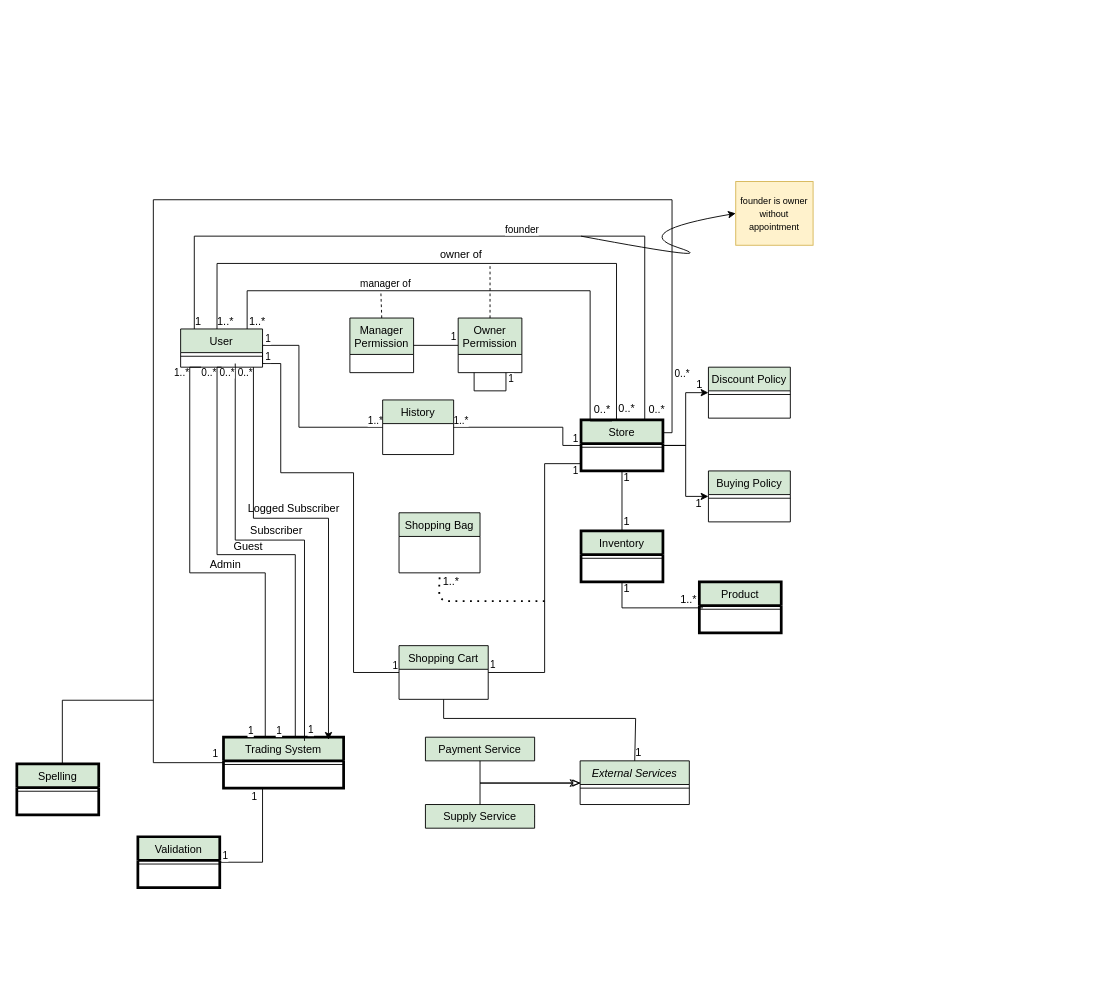
Earlier version of the draw.io diagram version_0/Split_Parts/WhiteDiagram/WhiteDiagram_new.drawio (amitrub/Trading-System). Source tidied: cells renumbered, new cells numbered last; positions are measured from the earlier drawing's top-left corner, leaving out a move shared by most shapes. Both pictures are drawn from the tidied source at 91%, with x=0, y=0 at pixel (16, 181).
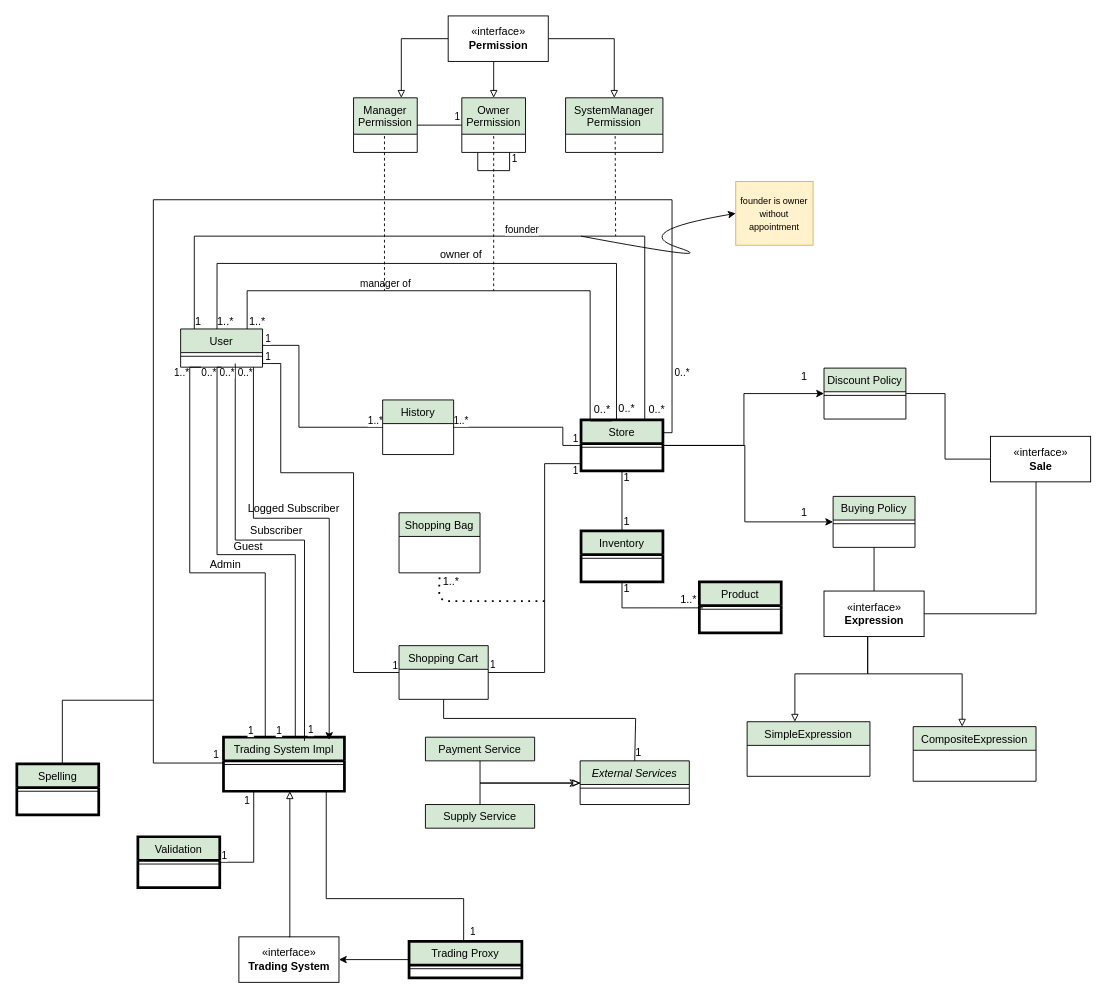
The same diagram, later.

The change refers to these unchanged cells:
```xml
<mxCell id="21" value="Store" style="swimlane;fontStyle=0;align=center;verticalAlign=top;horizontal=1;startSize=26;rounded=0;shadow=0;strokeWidth=3;fillColor=#d5e8d4;" parent="1" vertex="1">
  <mxGeometry x="620" y="262" width="90" height="56" as="geometry" />
</mxCell>
<mxCell id="89" value="Validation" style="swimlane;fontStyle=0;align=center;verticalAlign=top;horizontal=1;startSize=26;rounded=0;shadow=0;strokeWidth=3;fillColor=#d5e8d4;" parent="1" vertex="1">
  <mxGeometry x="133" y="720" width="90" height="56" as="geometry" />
</mxCell>
```

The edit, as a diff of the source:
```diff
@@
     <mxCell id="11" style="edgeStyle=orthogonalEdgeStyle;rounded=0;jettySize=auto;html=1;exitX=0.25;exitY=1;exitDx=0;exitDy=0;entryX=1;entryY=0.5;entryDx=0;entryDy=0;endArrow=none;endFill=0;" parent="1" edge="1" source="14" target="89">
       <mxGeometry relative="1" as="geometry">
         <Array as="points">
-          <mxPoint x="270" y="667" />
-          <mxPoint x="270" y="748" />
+          <mxPoint x="260" y="748" />
         </Array>
       </mxGeometry>
     </mxCell>
@@
     <mxCell id="13" value="1" style="edgeLabel;html=1;align=center;verticalAlign=middle;" parent="11" vertex="1">
       <mxGeometry x="-0.73" relative="1" as="geometry">
-        <mxPoint x="-10" as="offset" />
+        <mxPoint x="-8" y="-5" as="offset" />
       </mxGeometry>
     </mxCell>
-    <mxCell id="14" value="Trading System" style="swimlane;fontStyle=0;align=center;verticalAlign=top;horizontal=1;startSize=26;rounded=0;shadow=0;strokeWidth=3;fillColor=#d5e8d4;" parent="1" vertex="1">
-      <mxGeometry x="227.1" y="610.6" width="132" height="56" as="geometry" />
+    <mxCell id="14" value="Trading System Impl" style="swimlane;fontStyle=0;align=center;verticalAlign=top;horizontal=1;startSize=26;rounded=0;shadow=0;strokeWidth=3;fillColor=#d5e8d4;" parent="1" vertex="1">
+      <mxGeometry x="227.1" y="610.6" width="132.9" height="59.4" as="geometry" />
     </mxCell>
     <mxCell id="15" style="line;html=1;strokeWidth=1;align=left;verticalAlign=middle;spacingTop=-1;spacingLeft=3;spacingRight=3;labelPosition=right;" parent="14" vertex="1">
-      <mxGeometry y="26" width="132" height="8" as="geometry" />
+      <mxGeometry y="26" width="132.9" height="8" as="geometry" />
     </mxCell>
-    <mxCell id="16" style="edgeStyle=orthogonalEdgeStyle;rounded=0;jettySize=auto;html=1;exitX=1;exitY=0.5;exitDx=0;exitDy=0;entryX=0;entryY=0.5;entryDx=0;entryDy=0;endArrow=classic;endFill=1;" parent="1" edge="1" source="21" target="37">
-      <mxGeometry relative="1" as="geometry" />
-    </mxCell>
     <mxCell id="17" style="edgeStyle=orthogonalEdgeStyle;rounded=0;jettySize=auto;html=1;exitX=1;exitY=0.5;exitDx=0;exitDy=0;entryX=0;entryY=0.5;entryDx=0;entryDy=0;endArrow=classic;endFill=1;" parent="1" edge="1" source="21" target="35">
-      <mxGeometry relative="1" as="geometry" />
+      <mxGeometry relative="1" as="geometry">
+        <Array as="points">
+          <mxPoint x="800" y="290" />
+          <mxPoint x="800" y="374" />
+        </Array>
+      </mxGeometry>
     </mxCell>
@@
+    <mxCell id="16" style="edgeStyle=orthogonalEdgeStyle;rounded=0;jettySize=auto;html=1;entryX=0;entryY=0.5;entryDx=0;entryDy=0;endArrow=classic;endFill=1;" parent="1" edge="1" source="21" target="37">
+      <mxGeometry relative="1" as="geometry">
+        <Array as="points">
+          <mxPoint x="799" y="290" />
+          <mxPoint x="799" y="233" />
+        </Array>
+      </mxGeometry>
+    </mxCell>
@@
+    <mxCell id="99" style="edgeStyle=orthogonalEdgeStyle;rounded=0;jettySize=auto;html=1;endArrow=none;endFill=0;" parent="1" edge="1" source="35" target="115">
+      <mxGeometry relative="1" as="geometry" />
+    </mxCell>
     <mxCell id="35" value="Buying Policy" style="swimlane;fontStyle=0;align=center;verticalAlign=top;horizontal=1;startSize=26;rounded=0;shadow=0;strokeWidth=1;fillColor=#d5e8d4;" parent="1" vertex="1">
-      <mxGeometry x="760" y="318" width="90" height="56" as="geometry" />
+      <mxGeometry x="897" y="346" width="90" height="56" as="geometry" />
     </mxCell>
@@
     <mxCell id="37" value="Discount Policy" style="swimlane;fontStyle=0;align=center;verticalAlign=top;horizontal=1;startSize=26;rounded=0;shadow=0;strokeWidth=1;fillColor=#d5e8d4;" parent="1" vertex="1">
-      <mxGeometry x="760" y="204" width="90" height="56" as="geometry" />
+      <mxGeometry x="887" y="205" width="90" height="56" as="geometry" />
     </mxCell>
@@
-    <mxCell id="39" value="1" style="text;html=1;align=center;verticalAlign=middle;" parent="1" vertex="1">
-      <mxGeometry x="740" y="213" width="20" height="20" as="geometry" />
-    </mxCell>
     <mxCell id="40" value="1" style="text;html=1;align=center;verticalAlign=middle;" parent="1" vertex="1">
-      <mxGeometry x="739" y="344" width="20" height="20" as="geometry" />
+      <mxGeometry x="855" y="354" width="20" height="20" as="geometry" />
     </mxCell>
@@
     <mxCell id="48" value="Manager&#10;Permission" style="swimlane;fontStyle=0;align=center;verticalAlign=top;horizontal=1;startSize=40;rounded=0;shadow=0;strokeWidth=1;fillColor=#d5e8d4;" parent="1" vertex="1">
-      <mxGeometry x="366" y="150" width="70" height="60" as="geometry" />
+      <mxGeometry x="370" y="-92" width="70" height="60" as="geometry" />
     </mxCell>
@@
     <mxCell id="77" value="Owner&#10;Permission" style="swimlane;fontStyle=0;align=center;verticalAlign=top;horizontal=1;startSize=40;rounded=0;shadow=0;strokeWidth=1;fillColor=#d5e8d4;" parent="1" vertex="1">
-      <mxGeometry x="485" y="150" width="70" height="60" as="geometry" />
+      <mxGeometry x="489" y="-92" width="70" height="60" as="geometry" />
     </mxCell>
-    <mxCell id="78" style="endArrow=none;dashed=1;html=1;exitX=0.5;exitY=0;exitDx=0;exitDy=0;" parent="1" edge="1" source="48">
+    <mxCell id="78" style="endArrow=none;dashed=1;html=1;" parent="1" edge="1">
       <mxGeometry relative="1" as="geometry">
-        <mxPoint x="400" y="120" as="targetPoint" />
+        <mxPoint x="404" y="-50" as="sourcePoint" />
+        <mxPoint x="404" y="120" as="targetPoint" />
       </mxGeometry>
     </mxCell>
     <mxCell id="79" style="endArrow=none;dashed=1;html=1;" parent="1" edge="1">
       <mxGeometry relative="1" as="geometry">
-        <mxPoint x="520" y="150" as="sourcePoint" />
-        <mxPoint x="520" y="90" as="targetPoint" />
+        <mxPoint x="524" y="-50" as="sourcePoint" />
+        <mxPoint x="524" y="120" as="targetPoint" />
       </mxGeometry>
     </mxCell>
     <mxCell id="80" style="edgeStyle=orthogonalEdgeStyle;rounded=0;orthogonalLoop=1;jettySize=auto;html=1;exitX=0.25;exitY=1;exitDx=0;exitDy=0;entryX=0.75;entryY=1;entryDx=0;entryDy=0;endArrow=none;endFill=0;" parent="1" edge="1" source="77" target="77">
       <mxGeometry relative="1" as="geometry">
         <Array as="points">
-          <mxPoint x="503" y="230" />
-          <mxPoint x="538" y="230" />
+          <mxPoint x="507" y="-12" />
+          <mxPoint x="542" y="-12" />
         </Array>
       </mxGeometry>
     </mxCell>
@@
+    <mxCell id="100" value="«interface»&lt;br&gt;&lt;b&gt;Trading System&lt;/b&gt;" style="html=1;" parent="1" vertex="1">
+      <mxGeometry x="244" y="830" width="110" height="50" as="geometry" />
+    </mxCell>
+    <mxCell id="101" style="edgeStyle=orthogonalEdgeStyle;rounded=0;jettySize=auto;html=1;exitX=0.5;exitY=0;exitDx=0;exitDy=0;endArrow=block;endFill=0;" parent="1" edge="1" source="100">
+      <mxGeometry relative="1" as="geometry">
+        <mxPoint x="300" y="670" as="targetPoint" />
+        <Array as="points">
+          <mxPoint x="300" y="830" />
+        </Array>
+      </mxGeometry>
+    </mxCell>
+    <mxCell id="102" style="edgeStyle=orthogonalEdgeStyle;rounded=0;jettySize=auto;html=1;" parent="1" edge="1" source="103" target="100">
+      <mxGeometry relative="1" as="geometry">
+        <Array as="points">
+          <mxPoint x="440" y="855" />
+          <mxPoint x="440" y="855" />
+        </Array>
+      </mxGeometry>
+    </mxCell>
+    <mxCell id="103" value="Trading Proxy" style="swimlane;fontStyle=0;align=center;verticalAlign=top;horizontal=1;startSize=26;rounded=0;shadow=0;strokeWidth=3;fillColor=#d5e8d4;" parent="1" vertex="1">
+      <mxGeometry x="431" y="835" width="124" height="40" as="geometry" />
+    </mxCell>
+    <mxCell id="104" style="line;html=1;strokeWidth=1;align=left;verticalAlign=middle;spacingTop=-1;spacingLeft=3;spacingRight=3;labelPosition=right;" parent="103" vertex="1">
+      <mxGeometry y="26" width="124" height="8" as="geometry" />
+    </mxCell>
+    <mxCell id="105" style="edgeStyle=orthogonalEdgeStyle;rounded=0;orthogonalLoop=1;jettySize=auto;html=1;entryX=0.5;entryY=0;entryDx=0;entryDy=0;endArrow=none;endFill=0;" parent="1" edge="1">
+      <mxGeometry relative="1" as="geometry">
+        <mxPoint x="340" y="670" as="sourcePoint" />
+        <mxPoint x="491" y="835" as="targetPoint" />
+        <Array as="points">
+          <mxPoint x="340" y="788" />
+          <mxPoint x="491" y="788" />
+        </Array>
+      </mxGeometry>
+    </mxCell>
+    <mxCell id="106" value="1" style="edgeLabel;html=1;align=center;verticalAlign=middle;" parent="105" vertex="1">
+      <mxGeometry x="0.92" y="-2" relative="1" as="geometry">
+        <mxPoint x="11" y="1" as="offset" />
+      </mxGeometry>
+    </mxCell>
+    <mxCell id="107" style="edgeStyle=orthogonalEdgeStyle;rounded=0;jettySize=auto;html=1;endArrow=block;endFill=0;" parent="1" edge="1" source="110" target="111">
+      <mxGeometry relative="1" as="geometry" />
+    </mxCell>
+    <mxCell id="108" style="edgeStyle=orthogonalEdgeStyle;rounded=0;jettySize=auto;html=1;endArrow=block;endFill=0;entryX=0.5;entryY=0;entryDx=0;entryDy=0;" parent="1" edge="1" source="110" target="77">
+      <mxGeometry relative="1" as="geometry">
+        <Array as="points">
+          <mxPoint x="524" y="-162" />
+          <mxPoint x="524" y="-162" />
+        </Array>
+      </mxGeometry>
+    </mxCell>
+    <mxCell id="109" style="edgeStyle=orthogonalEdgeStyle;rounded=0;jettySize=auto;html=1;entryX=0.75;entryY=0;entryDx=0;entryDy=0;endArrow=block;endFill=0;" parent="1" edge="1" source="110" target="48">
+      <mxGeometry relative="1" as="geometry" />
+    </mxCell>
+    <mxCell id="110" value="«interface»&lt;br&gt;&lt;b&gt;Permission&lt;/b&gt;" style="html=1;" parent="1" vertex="1">
+      <mxGeometry x="474" y="-182" width="110" height="50" as="geometry" />
+    </mxCell>
+    <mxCell id="111" value="SystemManager&#10;Permission" style="swimlane;fontStyle=0;align=center;verticalAlign=top;horizontal=1;startSize=40;rounded=0;shadow=0;strokeWidth=1;fillColor=#d5e8d4;" parent="1" vertex="1">
+      <mxGeometry x="603" y="-92" width="107" height="60" as="geometry" />
+    </mxCell>
+    <mxCell id="112" style="endArrow=none;dashed=1;html=1;" parent="1" edge="1">
+      <mxGeometry relative="1" as="geometry">
+        <mxPoint x="657.5" y="-50" as="sourcePoint" />
+        <mxPoint x="658" y="60" as="targetPoint" />
+      </mxGeometry>
+    </mxCell>
+    <mxCell id="113" style="edgeStyle=orthogonalEdgeStyle;rounded=0;jettySize=auto;html=1;endArrow=block;endFill=0;" parent="1" edge="1" source="115" target="116">
+      <mxGeometry relative="1" as="geometry">
+        <Array as="points">
+          <mxPoint x="935" y="541" />
+          <mxPoint x="855" y="541" />
+        </Array>
+      </mxGeometry>
+    </mxCell>
+    <mxCell id="114" style="edgeStyle=orthogonalEdgeStyle;rounded=0;jettySize=auto;html=1;entryX=0.25;entryY=0;entryDx=0;entryDy=0;endArrow=block;endFill=0;" parent="1" edge="1" source="115">
+      <mxGeometry relative="1" as="geometry">
+        <mxPoint x="1038.8" y="599" as="targetPoint" />
+        <Array as="points">
+          <mxPoint x="935" y="541" />
+          <mxPoint x="1039" y="541" />
+        </Array>
+      </mxGeometry>
+    </mxCell>
+    <mxCell id="115" value="«interface»&lt;br&gt;&lt;b&gt;Expression&lt;/b&gt;" style="html=1;" parent="1" vertex="1">
+      <mxGeometry x="887" y="450" width="110" height="50" as="geometry" />
+    </mxCell>
+    <mxCell id="116" value="SimpleExpression" style="swimlane;fontStyle=0;align=center;verticalAlign=top;horizontal=1;startSize=26;rounded=0;shadow=0;strokeWidth=1;fillColor=#d5e8d4;" parent="1" vertex="1">
+      <mxGeometry x="802.5" y="593.6" width="135" height="60" as="geometry" />
+    </mxCell>
+    <mxCell id="117" value="CompositeExpression" style="swimlane;fontStyle=0;align=center;verticalAlign=top;horizontal=1;startSize=26;rounded=0;shadow=0;strokeWidth=1;fillColor=#d5e8d4;" parent="1" vertex="1">
+      <mxGeometry x="985" y="599" width="135" height="60" as="geometry" />
+    </mxCell>
+    <mxCell id="39" value="1" style="text;html=1;align=center;verticalAlign=middle;" parent="1" vertex="1">
+      <mxGeometry x="855" y="205" width="20" height="20" as="geometry" />
+    </mxCell>
+    <mxCell id="118" style="edgeStyle=orthogonalEdgeStyle;rounded=0;jettySize=auto;html=1;entryX=1;entryY=0.5;entryDx=0;entryDy=0;endArrow=none;endFill=0;" parent="1" edge="1" source="120" target="37">
+      <mxGeometry relative="1" as="geometry">
+        <Array as="points">
+          <mxPoint x="1020" y="305" />
+          <mxPoint x="1020" y="233" />
+        </Array>
+      </mxGeometry>
+    </mxCell>
+    <mxCell id="119" style="edgeStyle=orthogonalEdgeStyle;rounded=0;jettySize=auto;html=1;endArrow=none;endFill=0;" parent="1" edge="1" source="120" target="115">
+      <mxGeometry relative="1" as="geometry">
+        <Array as="points">
+          <mxPoint x="1120" y="475" />
+        </Array>
+      </mxGeometry>
+    </mxCell>
+    <mxCell id="120" value="«interface»&lt;br&gt;&lt;b&gt;Sale&lt;/b&gt;" style="html=1;" parent="1" vertex="1">
+      <mxGeometry x="1070" y="280" width="110" height="50" as="geometry" />
+    </mxCell>
```
